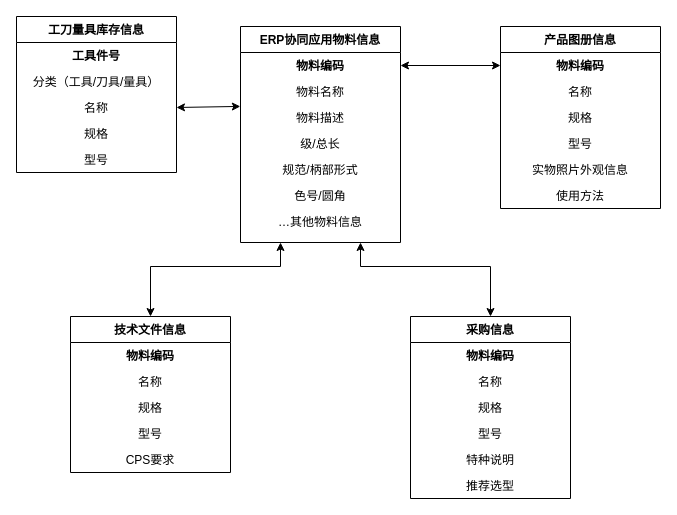
Before: erp_tims.drawio in miaomiao1992/draw.io, a draw.io diagram. Source tidied: cells renumbered, new cells numbered last; positions are measured from the earlier drawing's top-left corner, leaving out a move shared by most shapes. Both pictures are drawn from the tidied source at 100%, with x=0, y=0 at pixel (16, 16).
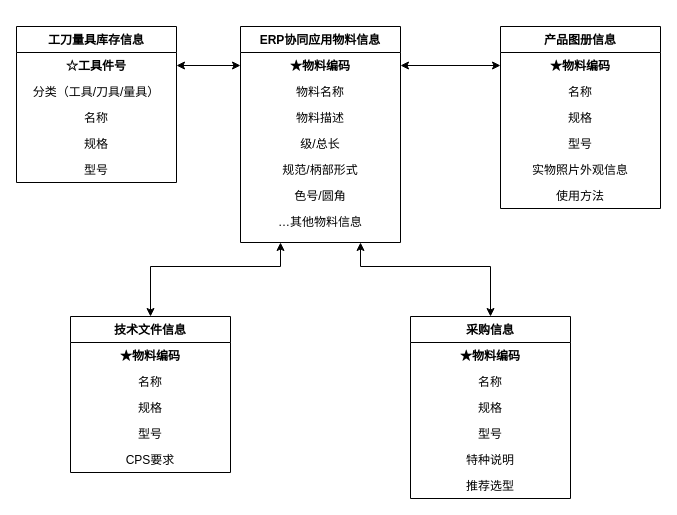
The same page after the edit.

Unchanged cells that the change refers to:
```xml
<mxCell id="2" value="ERP协同应用物料信息" style="swimlane;fontStyle=1;align=center;verticalAlign=top;horizontal=1;startSize=26;rounded=0;shadow=0;strokeWidth=1;" parent="1" vertex="1">
  <mxGeometry x="224" y="10" width="160" height="216" as="geometry" />
</mxCell>
<mxCell id="4" value="物料名称" style="text;align=center;verticalAlign=top;spacingLeft=4;spacingRight=4;overflow=hidden;points=[[0,0.5],[1,0.5]];portConstraint=eastwest;rounded=0;shadow=0;html=0;" parent="2" vertex="1">
  <mxGeometry y="52" width="160" height="26" as="geometry" />
</mxCell>
<mxCell id="10" value="技术文件信息" style="swimlane;fontStyle=1;align=center;verticalAlign=top;horizontal=1;startSize=26;rounded=0;shadow=0;strokeWidth=1;" parent="1" vertex="1">
  <mxGeometry x="54" y="300" width="160" height="156" as="geometry" />
</mxCell>
<mxCell id="19" value="名称" style="text;align=center;verticalAlign=top;spacingLeft=4;spacingRight=4;overflow=hidden;points=[[0,0.5],[1,0.5]];portConstraint=eastwest;rounded=0;shadow=0;html=0;" parent="16" vertex="1">
  <mxGeometry y="78" width="160" height="26" as="geometry" />
</mxCell>
<mxCell id="23" value="产品图册信息" style="swimlane;fontStyle=1;align=center;verticalAlign=top;horizontal=1;startSize=26;rounded=0;shadow=0;strokeWidth=1;" parent="1" vertex="1">
  <mxGeometry x="484" y="10" width="160" height="182" as="geometry" />
</mxCell>
<mxCell id="32" value="采购信息" style="swimlane;fontStyle=1;align=center;verticalAlign=top;horizontal=1;startSize=26;rounded=0;shadow=0;strokeWidth=1;" parent="1" vertex="1">
  <mxGeometry x="394" y="300" width="160" height="182" as="geometry" />
</mxCell>
```

Diff of the diagram source:
```diff
@@
-    <mxCell id="3" value="物料编码" style="text;align=center;verticalAlign=top;spacingLeft=4;spacingRight=4;overflow=hidden;points=[[0,0.5],[1,0.5]];portConstraint=eastwest;fontStyle=1;" parent="2" vertex="1">
+    <mxCell id="3" value="★物料编码" style="text;align=center;verticalAlign=top;spacingLeft=4;spacingRight=4;overflow=hidden;points=[[0,0.5],[1,0.5]];portConstraint=eastwest;fontStyle=1;" parent="2" vertex="1">
       <mxGeometry y="26" width="160" height="26" as="geometry" />
     </mxCell>
@@
-    <mxCell id="11" value="物料编码" style="text;align=center;verticalAlign=top;spacingLeft=4;spacingRight=4;overflow=hidden;fontStyle=1;" parent="10" vertex="1">
+    <mxCell id="11" value="★物料编码" style="text;align=center;verticalAlign=top;spacingLeft=4;spacingRight=4;overflow=hidden;fontStyle=1;" parent="10" vertex="1">
       <mxGeometry y="26" width="160" height="26" as="geometry" />
     </mxCell>
@@
     <mxCell id="16" value="工刀量具库存信息" style="swimlane;fontStyle=1;align=center;verticalAlign=top;horizontal=1;startSize=26;rounded=0;shadow=0;strokeWidth=1;" parent="1" vertex="1">
-      <mxGeometry width="160" height="156" as="geometry" />
+      <mxGeometry y="10" width="160" height="156" as="geometry" />
     </mxCell>
-    <mxCell id="17" value="工具件号" style="text;align=center;verticalAlign=top;spacingLeft=4;spacingRight=4;overflow=hidden;points=[[0,0.5],[1,0.5]];portConstraint=eastwest;fontStyle=1;" parent="16" vertex="1">
+    <mxCell id="17" value="☆工具件号" style="text;align=center;verticalAlign=top;spacingLeft=4;spacingRight=4;overflow=hidden;points=[[0,0.5],[1,0.5]];portConstraint=eastwest;fontStyle=1;" parent="16" vertex="1">
       <mxGeometry y="26" width="160" height="26" as="geometry" />
     </mxCell>
@@
-    <mxCell id="22" style="endArrow=classic;startArrow=classic;html=1;rounded=0;exitX=-0.001;exitY=1.074;exitDx=0;exitDy=0;entryX=1;entryY=0.5;entryDx=0;entryDy=0;exitPerimeter=0;" parent="1" edge="1" source="4" target="19">
+    <mxCell id="22" style="endArrow=classic;startArrow=classic;html=1;rounded=0;entryX=1;entryY=0.5;entryDx=0;entryDy=0;exitX=0;exitY=0.5;exitDx=0;exitDy=0;" parent="1" edge="1" source="3" target="17">
       <mxGeometry relative="1" as="geometry" />
     </mxCell>
@@
-    <mxCell id="24" value="物料编码" style="text;align=center;verticalAlign=top;spacingLeft=4;spacingRight=4;overflow=hidden;points=[[0,0.5],[1,0.5]];portConstraint=eastwest;fontStyle=1;" parent="23" vertex="1">
+    <mxCell id="24" value="★物料编码" style="text;align=center;verticalAlign=top;spacingLeft=4;spacingRight=4;overflow=hidden;points=[[0,0.5],[1,0.5]];portConstraint=eastwest;fontStyle=1;" parent="23" vertex="1">
       <mxGeometry y="26" width="160" height="26" as="geometry" />
     </mxCell>
@@
-    <mxCell id="33" value="物料编码" style="text;align=center;verticalAlign=top;spacingLeft=4;spacingRight=4;overflow=hidden;fontStyle=1;" parent="32" vertex="1">
+    <mxCell id="33" value="★物料编码" style="text;align=center;verticalAlign=top;spacingLeft=4;spacingRight=4;overflow=hidden;fontStyle=1;" parent="32" vertex="1">
       <mxGeometry y="26" width="160" height="26" as="geometry" />
     </mxCell>
```
